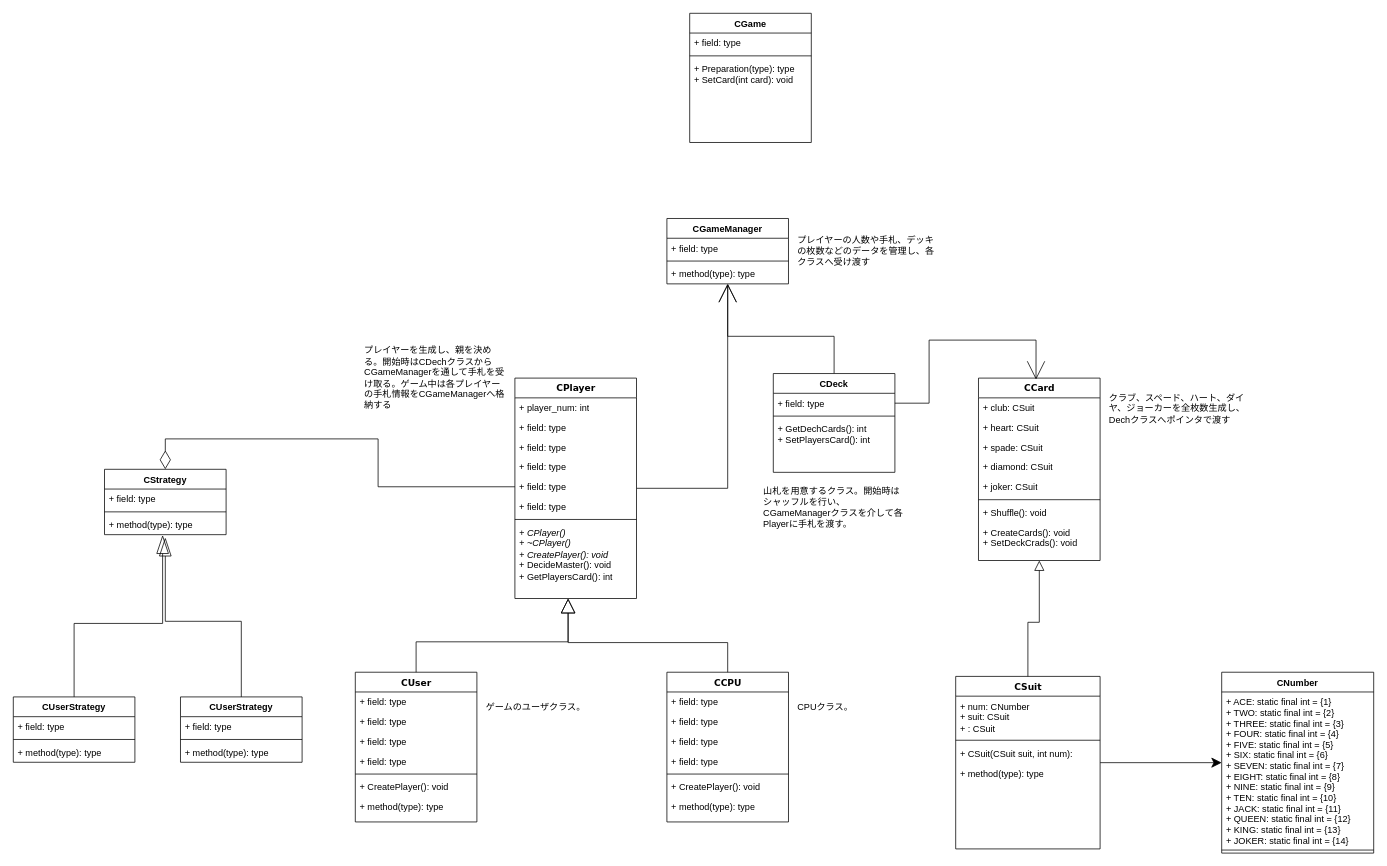
Before: SevenBrridgeGame.drawio in shihopiyopiyo/TFGami, a draw.io diagram. Source tidied: cells renumbered, new cells numbered last; positions are measured from the earlier drawing's top-left corner, leaving out a move shared by most shapes. Both pictures are drawn from the tidied source at 76%, with x=0, y=0 at pixel (13, 13).
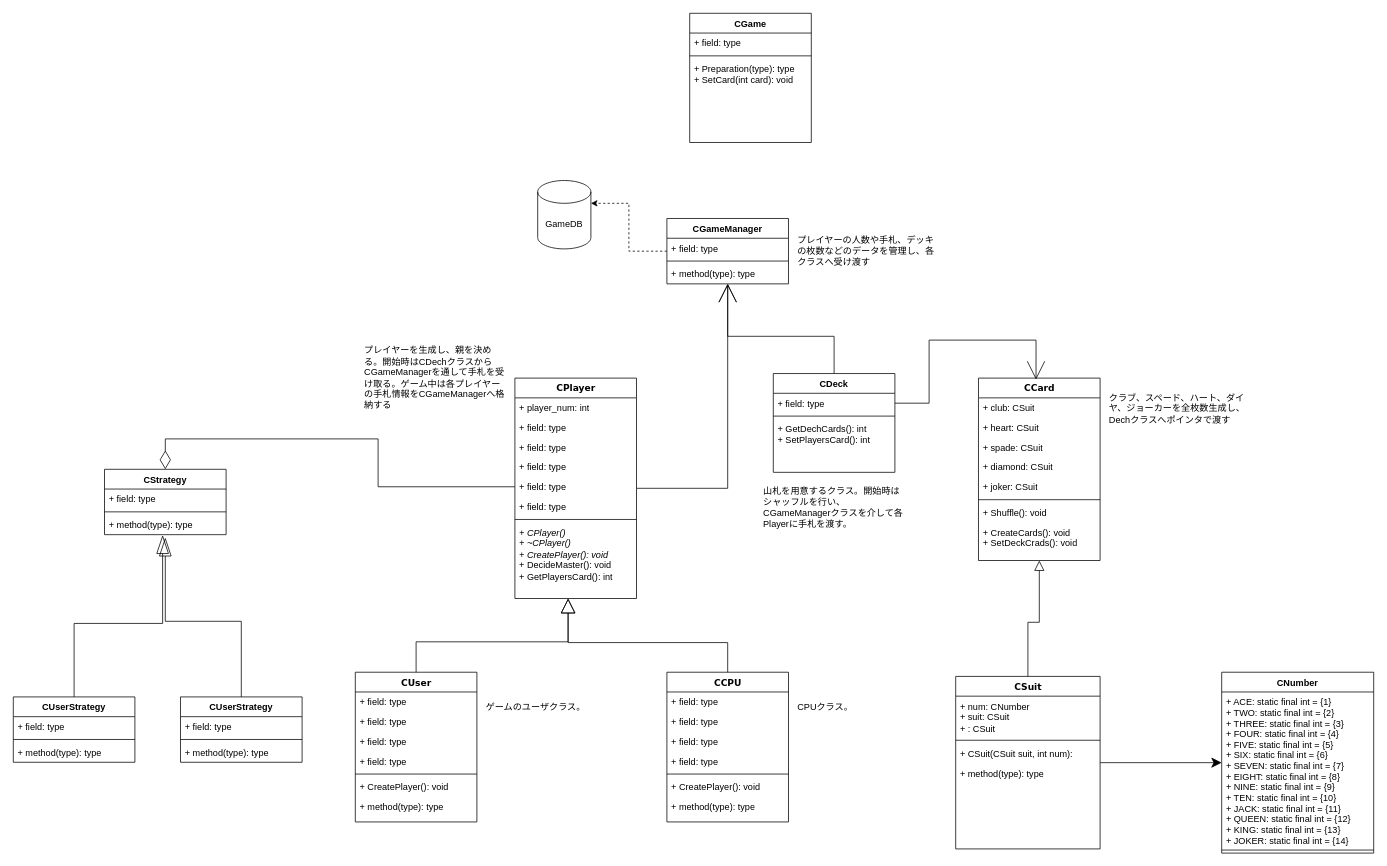
The same diagram, later.

The change refers to these unchanged cells:
```xml
<mxCell id="74" value="CGameManager" style="swimlane;fontStyle=1;align=center;verticalAlign=top;horizontal=1;startSize=26;" parent="1" vertex="1">
  <mxGeometry x="860" y="270" width="160" height="86" as="geometry" />
</mxCell>
```

What changed in the source:
```diff
@@
+    <mxCell id="84" style="edgeStyle=orthogonalEdgeStyle;rounded=0;jettySize=auto;html=1;entryX=1;entryY=0;entryDx=0;entryDy=30;entryPerimeter=0;dashed=1;" parent="1" edge="1" source="74" target="85">
+      <mxGeometry relative="1" as="geometry" />
+    </mxCell>
@@
+    <mxCell id="85" value="GameDB" style="shape=cylinder3;whiteSpace=wrap;html=1;boundedLbl=1;backgroundOutline=1;size=15;" parent="1" vertex="1">
+      <mxGeometry x="690" y="220" width="70" height="90" as="geometry" />
+    </mxCell>
```
